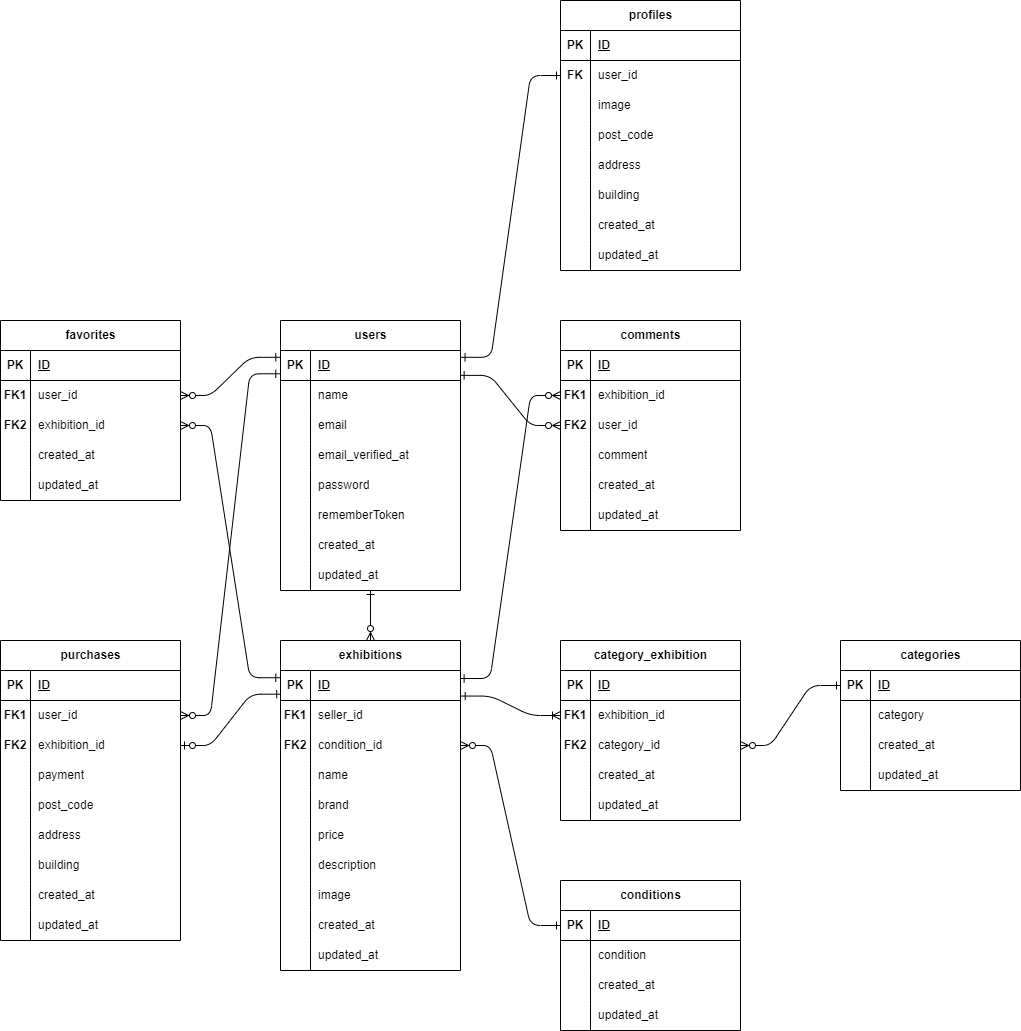
Before: er.drawio.png, a diagram exported from draw.io (hiyo1925fiore/Coachtech-FleaMarket). Source tidied: cells renumbered, new cells last; positions are measured from the earlier drawing's top-left corner, leaving out a move shared by most shapes.
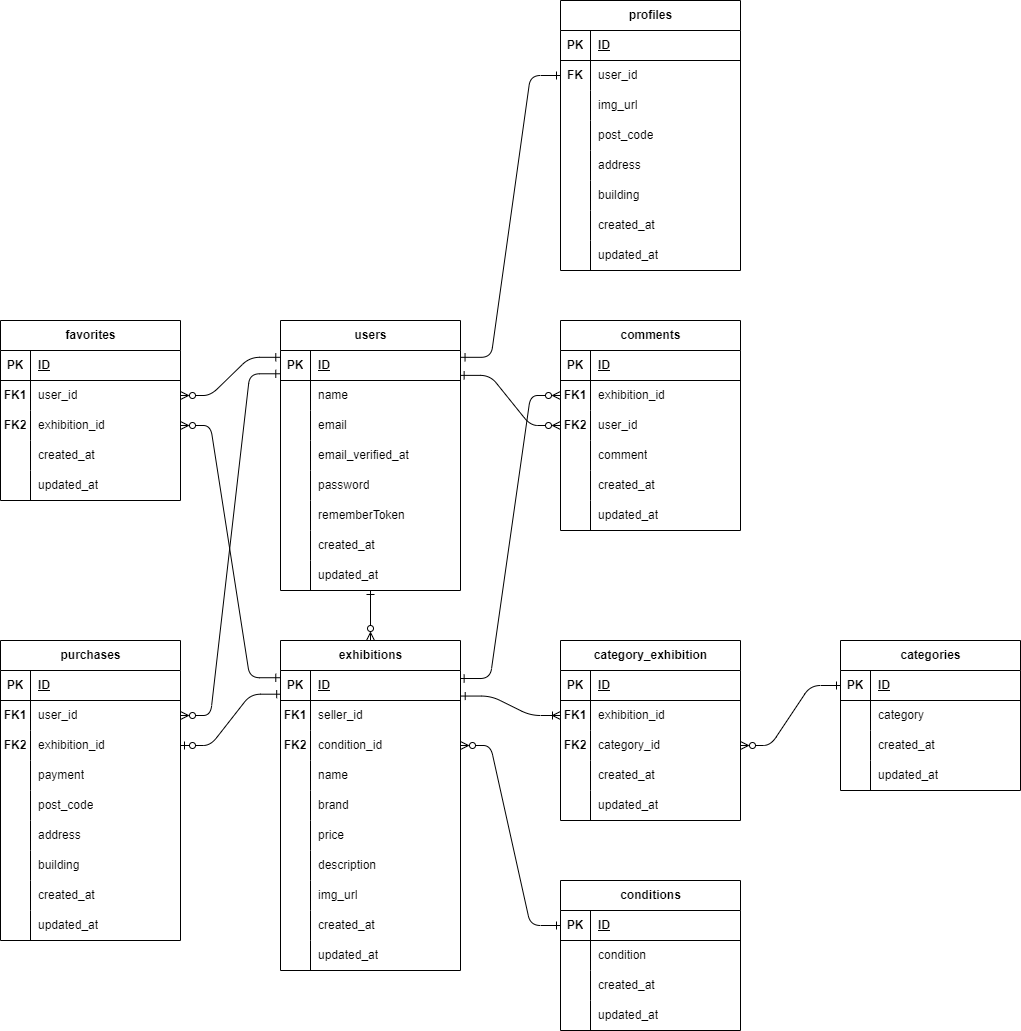
After the commit.

Diff of the diagram source:
```diff
@@ -155,7 +155,7 @@
     <mxCell id="52" style="shape=partialRectangle;fillColor=none;top=0;left=0;bottom=0;right=0;overflow=hidden;whiteSpace=wrap;html=1;" parent="51" vertex="1">
       <mxGeometry width="30" height="30" as="geometry" />
     </mxCell>
-    <mxCell id="53" value="image" style="shape=partialRectangle;fillColor=none;top=0;left=0;bottom=0;right=0;align=left;spacingLeft=6;overflow=hidden;whiteSpace=wrap;html=1;" parent="51" vertex="1">
+    <mxCell id="53" value="img_url" style="shape=partialRectangle;fillColor=none;top=0;left=0;bottom=0;right=0;align=left;spacingLeft=6;overflow=hidden;whiteSpace=wrap;html=1;" parent="51" vertex="1">
       <mxGeometry x="30" width="150" height="30" as="geometry" />
     </mxCell>
     <mxCell id="54" style="shape=tableRow;horizontal=0;startSize=0;swimlaneHead=0;swimlaneBody=0;fillColor=none;top=0;left=0;right=0;bottom=0;" parent="29" vertex="1">
@@ -503,7 +503,7 @@
     <mxCell id="168" style="shape=partialRectangle;fillColor=none;top=0;left=0;bottom=0;right=0;overflow=hidden;whiteSpace=wrap;html=1;" parent="167" vertex="1">
       <mxGeometry width="30" height="30" as="geometry" />
     </mxCell>
-    <mxCell id="169" value="image" style="shape=partialRectangle;fillColor=none;top=0;left=0;bottom=0;right=0;align=left;spacingLeft=6;overflow=hidden;whiteSpace=wrap;html=1;" parent="167" vertex="1">
+    <mxCell id="169" value="img_url" style="shape=partialRectangle;fillColor=none;top=0;left=0;bottom=0;right=0;align=left;spacingLeft=6;overflow=hidden;whiteSpace=wrap;html=1;" parent="167" vertex="1">
       <mxGeometry x="30" width="150" height="30" as="geometry" />
     </mxCell>
     <mxCell id="170" style="shape=tableRow;horizontal=0;startSize=0;swimlaneHead=0;swimlaneBody=0;fillColor=none;top=0;left=0;right=0;bottom=0;" parent="160" vertex="1">
```
